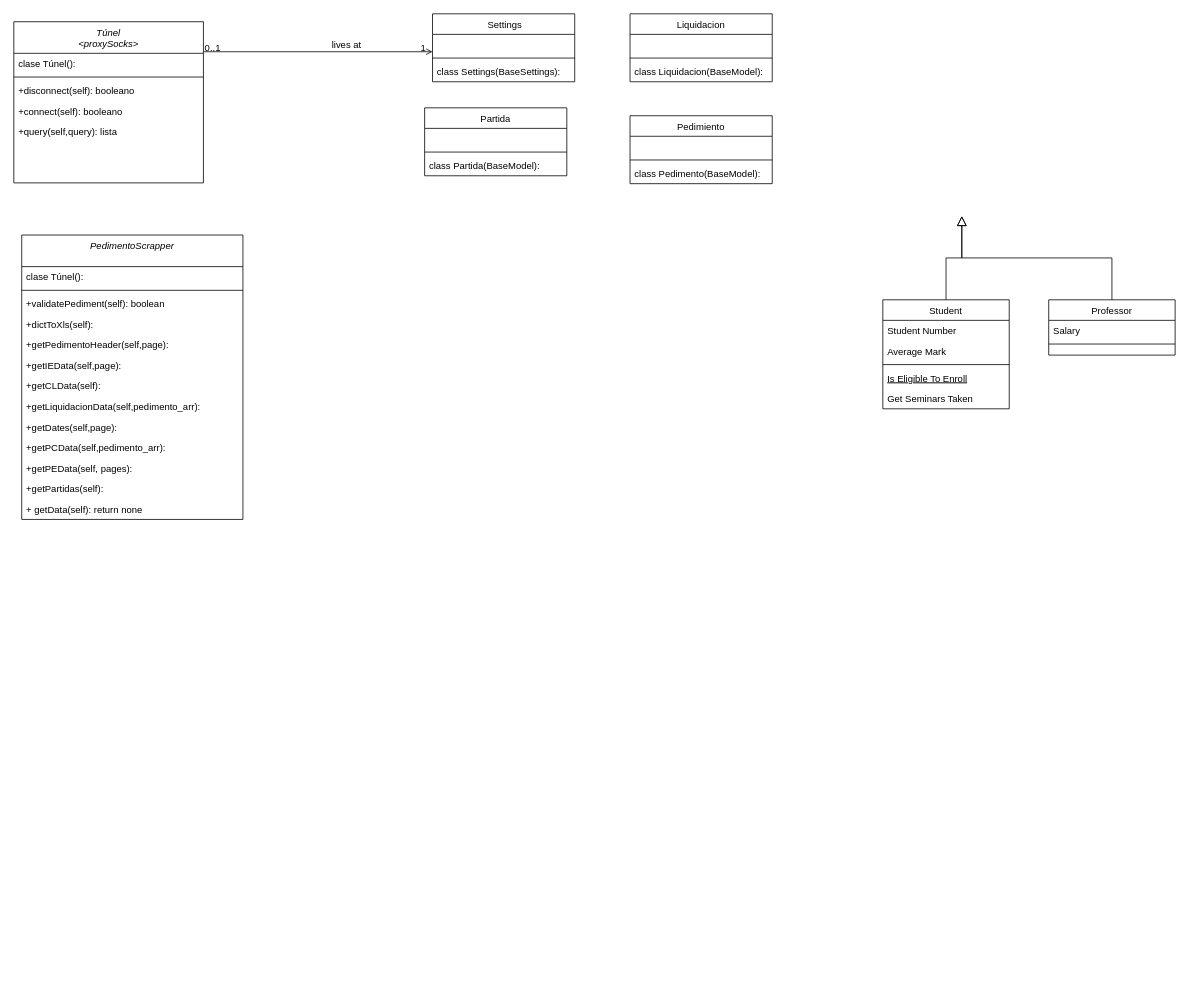
Above: DiagramasRichemont.drawio in ArianaST/Diagramas (draw.io), before the change. Source tidied: cells renumbered, new cells numbered last; positions are measured from the earlier drawing's top-left corner, leaving out a move shared by most shapes. Both pictures are drawn from the tidied source at 79%, with x=0, y=0 at pixel (13, 13).
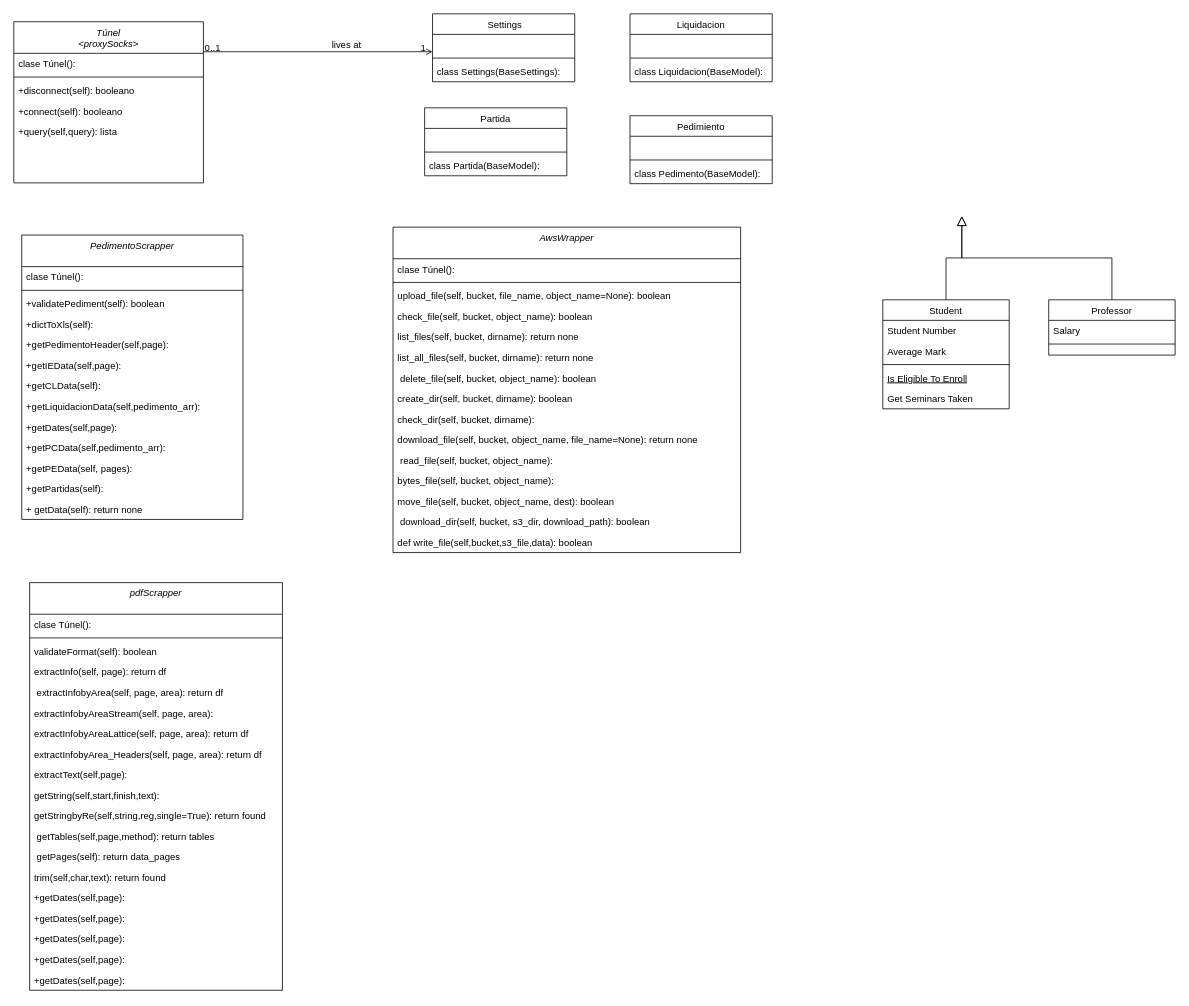
The same diagram, later.

Diff of the diagram source:
```diff
@@
+    <mxCell id="53" value="AwsWrapper" style="swimlane;fontStyle=2;align=center;verticalAlign=top;horizontal=1;startSize=40;rounded=0;shadow=0;strokeWidth=1;" parent="1" vertex="1">
+      <mxGeometry x="480" y="270" width="440" height="412" as="geometry" />
+    </mxCell>
+    <mxCell id="54" value="clase Túnel():" style="text;align=left;verticalAlign=top;spacingLeft=4;spacingRight=4;overflow=hidden;" parent="53" vertex="1">
+      <mxGeometry y="40" width="440" height="26" as="geometry" />
+    </mxCell>
+    <mxCell id="55" style="line;html=1;strokeWidth=1;align=left;verticalAlign=middle;spacingTop=-1;spacingLeft=3;spacingRight=3;labelPosition=right;" parent="53" vertex="1">
+      <mxGeometry y="66" width="440" height="8" as="geometry" />
+    </mxCell>
+    <mxCell id="56" value="upload_file(self, bucket, file_name, object_name=None): boolean" style="text;align=left;verticalAlign=top;spacingLeft=4;spacingRight=4;overflow=hidden;" parent="53" vertex="1">
+      <mxGeometry y="74" width="440" height="26" as="geometry" />
+    </mxCell>
+    <mxCell id="57" value="check_file(self, bucket, object_name): boolean" style="text;align=left;verticalAlign=top;spacingLeft=4;spacingRight=4;overflow=hidden;" parent="53" vertex="1">
+      <mxGeometry y="100" width="440" height="26" as="geometry" />
+    </mxCell>
+    <mxCell id="58" value="list_files(self, bucket, dirname): return none" style="text;align=left;verticalAlign=top;spacingLeft=4;spacingRight=4;overflow=hidden;" parent="53" vertex="1">
+      <mxGeometry y="126" width="440" height="26" as="geometry" />
+    </mxCell>
+    <mxCell id="59" value="list_all_files(self, bucket, dirname): return none" style="text;align=left;verticalAlign=top;spacingLeft=4;spacingRight=4;overflow=hidden;" parent="53" vertex="1">
+      <mxGeometry y="152" width="440" height="26" as="geometry" />
+    </mxCell>
+    <mxCell id="60" value=" delete_file(self, bucket, object_name): boolean" style="text;align=left;verticalAlign=top;spacingLeft=4;spacingRight=4;overflow=hidden;" parent="53" vertex="1">
+      <mxGeometry y="178" width="440" height="26" as="geometry" />
+    </mxCell>
+    <mxCell id="61" value="create_dir(self, bucket, dirname): boolean" style="text;align=left;verticalAlign=top;spacingLeft=4;spacingRight=4;overflow=hidden;" parent="53" vertex="1">
+      <mxGeometry y="204" width="440" height="26" as="geometry" />
+    </mxCell>
+    <mxCell id="62" value="check_dir(self, bucket, dirname):" style="text;align=left;verticalAlign=top;spacingLeft=4;spacingRight=4;overflow=hidden;" parent="53" vertex="1">
+      <mxGeometry y="230" width="440" height="26" as="geometry" />
+    </mxCell>
+    <mxCell id="63" value="download_file(self, bucket, object_name, file_name=None): return none" style="text;align=left;verticalAlign=top;spacingLeft=4;spacingRight=4;overflow=hidden;" parent="53" vertex="1">
+      <mxGeometry y="256" width="440" height="26" as="geometry" />
+    </mxCell>
+    <mxCell id="64" value=" read_file(self, bucket, object_name):" style="text;align=left;verticalAlign=top;spacingLeft=4;spacingRight=4;overflow=hidden;" parent="53" vertex="1">
+      <mxGeometry y="282" width="440" height="26" as="geometry" />
+    </mxCell>
+    <mxCell id="65" value="bytes_file(self, bucket, object_name):" style="text;align=left;verticalAlign=top;spacingLeft=4;spacingRight=4;overflow=hidden;" parent="53" vertex="1">
+      <mxGeometry y="308" width="440" height="26" as="geometry" />
+    </mxCell>
+    <mxCell id="66" value="move_file(self, bucket, object_name, dest): boolean" style="text;align=left;verticalAlign=top;spacingLeft=4;spacingRight=4;overflow=hidden;" parent="53" vertex="1">
+      <mxGeometry y="334" width="440" height="26" as="geometry" />
+    </mxCell>
+    <mxCell id="67" value=" download_dir(self, bucket, s3_dir, download_path): boolean" style="text;align=left;verticalAlign=top;spacingLeft=4;spacingRight=4;overflow=hidden;" parent="53" vertex="1">
+      <mxGeometry y="360" width="440" height="26" as="geometry" />
+    </mxCell>
+    <mxCell id="68" value="def write_file(self,bucket,s3_file,data): boolean" style="text;align=left;verticalAlign=top;spacingLeft=4;spacingRight=4;overflow=hidden;" parent="53" vertex="1">
+      <mxGeometry y="386" width="440" height="26" as="geometry" />
+    </mxCell>
+    <mxCell id="69" value="pdfScrapper" style="swimlane;fontStyle=2;align=center;verticalAlign=top;horizontal=1;startSize=40;rounded=0;shadow=0;strokeWidth=1;" parent="1" vertex="1">
+      <mxGeometry x="20" y="720" width="320" height="516" as="geometry" />
+    </mxCell>
+    <mxCell id="70" value="clase Túnel():" style="text;align=left;verticalAlign=top;spacingLeft=4;spacingRight=4;overflow=hidden;" parent="69" vertex="1">
+      <mxGeometry y="40" width="320" height="26" as="geometry" />
+    </mxCell>
+    <mxCell id="71" style="line;html=1;strokeWidth=1;align=left;verticalAlign=middle;spacingTop=-1;spacingLeft=3;spacingRight=3;labelPosition=right;" parent="69" vertex="1">
+      <mxGeometry y="66" width="320" height="8" as="geometry" />
+    </mxCell>
+    <mxCell id="72" value="validateFormat(self): boolean" style="text;align=left;verticalAlign=top;spacingLeft=4;spacingRight=4;overflow=hidden;" parent="69" vertex="1">
+      <mxGeometry y="74" width="320" height="26" as="geometry" />
+    </mxCell>
+    <mxCell id="73" value="extractInfo(self, page): return df " style="text;align=left;verticalAlign=top;spacingLeft=4;spacingRight=4;overflow=hidden;" parent="69" vertex="1">
+      <mxGeometry y="100" width="320" height="26" as="geometry" />
+    </mxCell>
+    <mxCell id="74" value=" extractInfobyArea(self, page, area): return df" style="text;align=left;verticalAlign=top;spacingLeft=4;spacingRight=4;overflow=hidden;" parent="69" vertex="1">
+      <mxGeometry y="126" width="320" height="26" as="geometry" />
+    </mxCell>
+    <mxCell id="75" value="extractInfobyAreaStream(self, page, area):" style="text;align=left;verticalAlign=top;spacingLeft=4;spacingRight=4;overflow=hidden;" parent="69" vertex="1">
+      <mxGeometry y="152" width="320" height="26" as="geometry" />
+    </mxCell>
+    <mxCell id="76" value="extractInfobyAreaLattice(self, page, area): return df" style="text;align=left;verticalAlign=top;spacingLeft=4;spacingRight=4;overflow=hidden;" parent="69" vertex="1">
+      <mxGeometry y="178" width="320" height="26" as="geometry" />
+    </mxCell>
+    <mxCell id="77" value="extractInfobyArea_Headers(self, page, area): return df" style="text;align=left;verticalAlign=top;spacingLeft=4;spacingRight=4;overflow=hidden;" parent="69" vertex="1">
+      <mxGeometry y="204" width="320" height="26" as="geometry" />
+    </mxCell>
+    <mxCell id="78" value="extractText(self,page):" style="text;align=left;verticalAlign=top;spacingLeft=4;spacingRight=4;overflow=hidden;" parent="69" vertex="1">
+      <mxGeometry y="230" width="320" height="26" as="geometry" />
+    </mxCell>
+    <mxCell id="79" value="getString(self,start,finish,text):" style="text;align=left;verticalAlign=top;spacingLeft=4;spacingRight=4;overflow=hidden;" parent="69" vertex="1">
+      <mxGeometry y="256" width="320" height="26" as="geometry" />
+    </mxCell>
+    <mxCell id="80" value="getStringbyRe(self,string,reg,single=True): return found" style="text;align=left;verticalAlign=top;spacingLeft=4;spacingRight=4;overflow=hidden;" parent="69" vertex="1">
+      <mxGeometry y="282" width="320" height="26" as="geometry" />
+    </mxCell>
+    <mxCell id="81" value=" getTables(self,page,method): return tables" style="text;align=left;verticalAlign=top;spacingLeft=4;spacingRight=4;overflow=hidden;" parent="69" vertex="1">
+      <mxGeometry y="308" width="320" height="26" as="geometry" />
+    </mxCell>
+    <mxCell id="82" value=" getPages(self): return data_pages" style="text;align=left;verticalAlign=top;spacingLeft=4;spacingRight=4;overflow=hidden;" parent="69" vertex="1">
+      <mxGeometry y="334" width="320" height="26" as="geometry" />
+    </mxCell>
+    <mxCell id="83" value="trim(self,char,text): return found " style="text;align=left;verticalAlign=top;spacingLeft=4;spacingRight=4;overflow=hidden;" parent="69" vertex="1">
+      <mxGeometry y="360" width="320" height="26" as="geometry" />
+    </mxCell>
+    <mxCell id="84" value="+getDates(self,page):" style="text;align=left;verticalAlign=top;spacingLeft=4;spacingRight=4;overflow=hidden;" parent="69" vertex="1">
+      <mxGeometry y="386" width="320" height="26" as="geometry" />
+    </mxCell>
+    <mxCell id="85" value="+getDates(self,page):" style="text;align=left;verticalAlign=top;spacingLeft=4;spacingRight=4;overflow=hidden;" parent="69" vertex="1">
+      <mxGeometry y="412" width="320" height="26" as="geometry" />
+    </mxCell>
+    <mxCell id="86" value="+getDates(self,page):" style="text;align=left;verticalAlign=top;spacingLeft=4;spacingRight=4;overflow=hidden;" parent="69" vertex="1">
+      <mxGeometry y="438" width="320" height="26" as="geometry" />
+    </mxCell>
+    <mxCell id="87" value="+getDates(self,page):" style="text;align=left;verticalAlign=top;spacingLeft=4;spacingRight=4;overflow=hidden;" parent="69" vertex="1">
+      <mxGeometry y="464" width="320" height="26" as="geometry" />
+    </mxCell>
+    <mxCell id="88" value="+getDates(self,page):" style="text;align=left;verticalAlign=top;spacingLeft=4;spacingRight=4;overflow=hidden;" parent="69" vertex="1">
+      <mxGeometry y="490" width="320" height="26" as="geometry" />
+    </mxCell>
```
